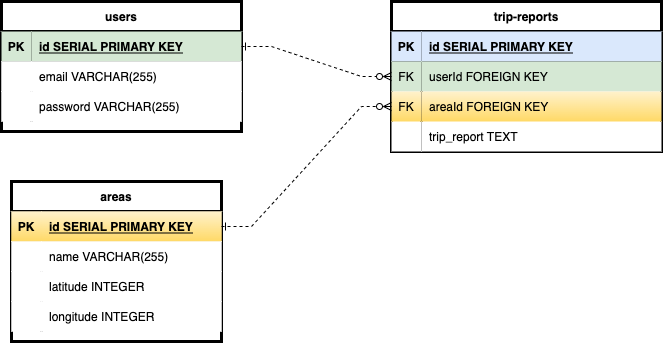
mvanzo/P2-Dir keeps this draw.io diagram as ERD.drawio.png. Above is the earlier version. Source tidied: cells renumbered, new cells last; positions are measured from the earlier drawing's top-left corner, leaving out a move shared by most shapes.
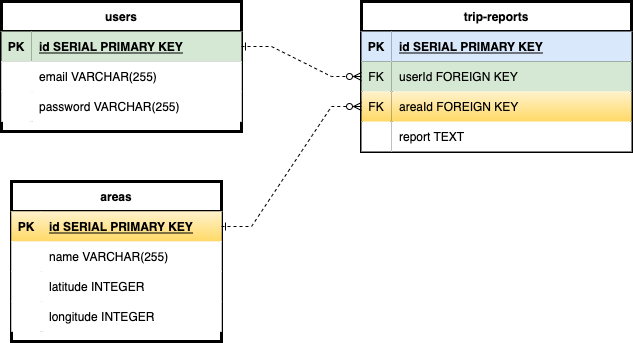
Later version of the same file.

The edit, as a diff of the source:
```diff
@@ -72,7 +72,7 @@
       <mxGeometry x="30" width="180" height="30" as="geometry" />
     </mxCell>
     <mxCell id="25" value="trip-reports" style="shape=table;startSize=30;rowLines=0;fontStyle=1;align=center;strokeWidth=3;" parent="1" vertex="1">
-      <mxGeometry x="390" width="270" height="150" as="geometry" />
+      <mxGeometry x="360" width="270" height="150" as="geometry" />
     </mxCell>
     <mxCell id="26" style="shape=tableRow;horizontal=0;startSize=0;swimlaneHead=0;swimlaneBody=0;fillColor=none;top=0;left=0;right=0;bottom=1;strokeWidth=3;" parent="25" vertex="1">
       <mxGeometry y="30" width="270" height="30" as="geometry" />
@@ -107,7 +107,7 @@
     <mxCell id="36" style="shape=partialRectangle;top=0;left=0;bottom=0;right=0;overflow=hidden;strokeWidth=3;" parent="35" vertex="1">
       <mxGeometry width="30" height="30" as="geometry" />
     </mxCell>
-    <mxCell id="37" value="trip_report TEXT" style="shape=partialRectangle;top=0;left=0;bottom=0;right=0;align=left;spacingLeft=6;overflow=hidden;strokeWidth=3;" parent="35" vertex="1">
+    <mxCell id="37" value="report TEXT" style="shape=partialRectangle;top=0;left=0;bottom=0;right=0;align=left;spacingLeft=6;overflow=hidden;strokeWidth=3;" parent="35" vertex="1">
       <mxGeometry x="30" width="240" height="30" as="geometry" />
     </mxCell>
     <mxCell id="38" style="edgeStyle=entityRelationEdgeStyle;fontSize=12;html=1;endArrow=ERzeroToMany;startArrow=ERone;rounded=0;dashed=1;strokeWidth=1;exitX=1;exitY=0.5;exitDx=0;exitDy=0;startFill=0;endFill=0;" parent="1" edge="1" source="3" target="29">
```
